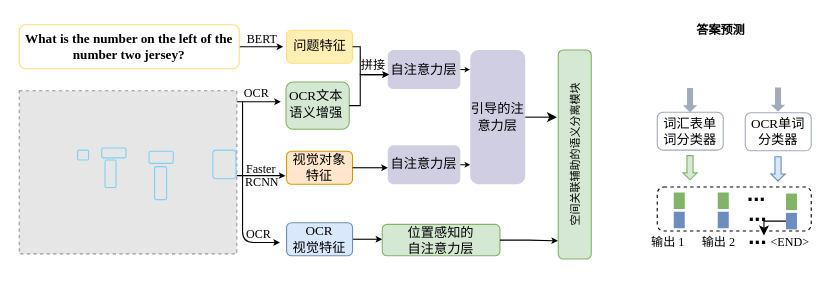
Above: 模型框图中文版本.drawio in B-matchlsr/awesome-python-cn (draw.io), before the change. Source tidied: cells renumbered, new cells numbered last; positions are measured from the earlier drawing's top-left corner, leaving out a move shared by most shapes. Both pictures are drawn from the tidied source at 110%, with x=0, y=0 at pixel (19, 19). Pictures stored in the file or linked from it are replaced by grey dashed boxes.
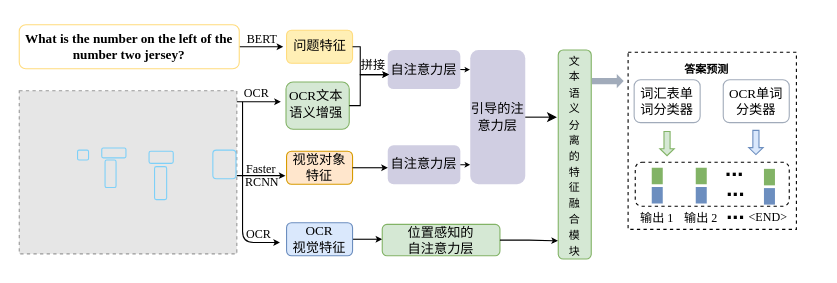
The same diagram, later.

Commit message:
更新模型框图中文版本.drawio

Change to the diagram source:
```diff
@@
-    <mxCell id="2" style="group;" parent="1" vertex="1">
-      <mxGeometry x="520" y="10" width="206" height="206.5" as="geometry" />
-    </mxCell>
-    <mxCell id="3" style="rounded=1;whiteSpace=wrap;html=1;dashed=1;" parent="2" vertex="1">
-      <mxGeometry x="60" y="142.5" width="140" height="40" as="geometry" />
-    </mxCell>
-    <mxCell id="4" value="&lt;font face=&quot;Times New Roman&quot;&gt;词汇表单词分类器&lt;/font&gt;" style="rounded=1;whiteSpace=wrap;html=1;strokeColor=#a1abba;fontFamily=Helvetica;fontSize=12;fillColor=none;align=center;" parent="2" vertex="1">
-      <mxGeometry x="60" y="74.5" width="60" height="34.5" as="geometry" />
-    </mxCell>
-    <mxCell id="5" value="&lt;font face=&quot;Times New Roman&quot;&gt;OCR单词分类器&lt;/font&gt;" style="rounded=1;whiteSpace=wrap;html=1;strokeColor=#a1abba;fontFamily=Helvetica;fontSize=12;fillColor=none;align=center;" parent="2" vertex="1">
-      <mxGeometry x="140" y="75" width="60" height="34.5" as="geometry" />
-    </mxCell>
-    <mxCell id="6" style="shape=flexArrow;endArrow=classic;html=1;rounded=0;fontFamily=Helvetica;fontSize=12;fontColor=default;endSize=1.7666666666666666;endWidth=6.512345679012345;width=5.555555555555555;startSize=5;fillColor=#a1abba;strokeColor=none;" parent="2" edge="1">
-      <mxGeometry relative="1" as="geometry">
-        <mxPoint x="89.8" y="52" as="sourcePoint" />
-        <mxPoint x="89.8" y="75" as="targetPoint" />
-      </mxGeometry>
-    </mxCell>
-    <mxCell id="7" style="shape=flexArrow;endArrow=classic;html=1;rounded=0;fontFamily=Helvetica;fontSize=12;fontColor=default;endSize=1.7666666666666666;endWidth=6.512345679012345;width=5.555555555555555;startSize=5;fillColor=#a1abba;strokeColor=none;" parent="2" edge="1">
-      <mxGeometry relative="1" as="geometry">
-        <mxPoint x="169.8" y="51.5" as="sourcePoint" />
-        <mxPoint x="169.8" y="74.5" as="targetPoint" />
-      </mxGeometry>
-    </mxCell>
-    <mxCell id="8" style="shape=flexArrow;endArrow=classic;html=1;rounded=0;fontFamily=Helvetica;fontSize=12;fontColor=default;endSize=1.7666666666666666;endWidth=6.512345679012345;width=5.555555555555555;startSize=5;fillColor=#d5e8d4;strokeColor=#82b366;" parent="2" edge="1">
-      <mxGeometry relative="1" as="geometry">
-        <mxPoint x="89.8" y="113.5" as="sourcePoint" />
-        <mxPoint x="89.8" y="136.5" as="targetPoint" />
-      </mxGeometry>
-    </mxCell>
-    <mxCell id="9" style="shape=flexArrow;endArrow=classic;html=1;rounded=0;fontFamily=Helvetica;fontSize=12;fontColor=default;endSize=1.7666666666666666;endWidth=6.512345679012345;width=5.555555555555555;startSize=5;fillColor=#dae8fc;strokeColor=#6c8ebf;" parent="2" edge="1">
-      <mxGeometry relative="1" as="geometry">
-        <mxPoint x="169.8" y="114.5" as="sourcePoint" />
-        <mxPoint x="169.8" y="137.5" as="targetPoint" />
-      </mxGeometry>
-    </mxCell>
-    <mxCell id="10" style="group;" parent="2" vertex="1">
-      <mxGeometry x="75" y="147.5" width="10" height="32.5" as="geometry" />
-    </mxCell>
-    <mxCell id="11" style="rounded=0;whiteSpace=wrap;html=1;fillColor=#82b366;strokeColor=none;" parent="10" vertex="1">
-      <mxGeometry width="10" height="15" as="geometry" />
-    </mxCell>
-    <mxCell id="12" style="rounded=0;whiteSpace=wrap;html=1;fillColor=#6c8ebf;strokeColor=none;" parent="10" vertex="1">
-      <mxGeometry y="17.5" width="10" height="15" as="geometry" />
-    </mxCell>
-    <mxCell id="13" style="group;" parent="2" vertex="1">
-      <mxGeometry x="115" y="147.5" width="10" height="32.5" as="geometry" />
-    </mxCell>
-    <mxCell id="14" style="rounded=0;whiteSpace=wrap;html=1;fillColor=#82b366;strokeColor=none;" parent="13" vertex="1">
-      <mxGeometry width="10" height="15" as="geometry" />
-    </mxCell>
-    <mxCell id="15" style="rounded=0;whiteSpace=wrap;html=1;fillColor=#6c8ebf;strokeColor=none;" parent="13" vertex="1">
-      <mxGeometry y="17.5" width="10" height="15" as="geometry" />
-    </mxCell>
-    <mxCell id="16" style="edgeStyle=orthogonalEdgeStyle;rounded=0;jettySize=auto;html=1;" parent="2" edge="1" source="17" target="25">
-      <mxGeometry relative="1" as="geometry" />
-    </mxCell>
-    <mxCell id="17" style="rounded=0;whiteSpace=wrap;html=1;fillColor=#6c8ebf;strokeColor=none;" parent="2" vertex="1">
-      <mxGeometry x="177" y="166" width="10" height="15" as="geometry" />
-    </mxCell>
-    <mxCell id="18" style="rounded=0;whiteSpace=wrap;html=1;fillColor=#82b366;strokeColor=none;" parent="2" vertex="1">
-      <mxGeometry x="177" y="148.5" width="10" height="15" as="geometry" />
-    </mxCell>
-    <mxCell id="19" value="&lt;font face=&quot;Times New Roman&quot;&gt;&lt;span style=&quot;font-size: 11px;&quot;&gt;&lt;b&gt;答案预测&lt;/b&gt;&lt;/span&gt;&lt;/font&gt;" style="text;html=1;strokeColor=none;fillColor=none;align=center;verticalAlign=middle;whiteSpace=wrap;rounded=1;" parent="2" vertex="1">
-      <mxGeometry x="43" y="-10" width="150" height="20" as="geometry" />
-    </mxCell>
-    <mxCell id="20" value="&lt;b&gt;&lt;font style=&quot;font-size: 20px;&quot;&gt;...&lt;/font&gt;&lt;/b&gt;" style="text;html=1;align=center;verticalAlign=middle;strokeColor=none;fillColor=none;" parent="2" vertex="1">
-      <mxGeometry x="130" y="127.5" width="40" height="40" as="geometry" />
-    </mxCell>
-    <mxCell id="21" value="&lt;b&gt;&lt;font style=&quot;font-size: 20px;&quot;&gt;...&lt;/font&gt;&lt;/b&gt;" style="text;html=1;align=center;verticalAlign=middle;strokeColor=none;fillColor=none;" parent="2" vertex="1">
-      <mxGeometry x="131" y="145.5" width="40" height="40" as="geometry" />
-    </mxCell>
-    <mxCell id="22" value="&lt;font face=&quot;Times New Roman&quot;&gt;&lt;span style=&quot;font-size: 11px;&quot;&gt;输出 1&lt;/span&gt;&lt;/font&gt;" style="text;html=1;strokeColor=none;fillColor=none;align=center;verticalAlign=middle;whiteSpace=wrap;rounded=1;" parent="2" vertex="1">
-      <mxGeometry x="45" y="182.8" width="50" height="20" as="geometry" />
-    </mxCell>
-    <mxCell id="23" value="&lt;font face=&quot;Times New Roman&quot;&gt;&lt;span style=&quot;font-size: 11px;&quot;&gt;输出 2&lt;/span&gt;&lt;/font&gt;" style="text;html=1;strokeColor=none;fillColor=none;align=center;verticalAlign=middle;whiteSpace=wrap;rounded=1;" parent="2" vertex="1">
-      <mxGeometry x="91" y="182.8" width="50" height="20" as="geometry" />
-    </mxCell>
-    <mxCell id="24" value="&lt;font face=&quot;Times New Roman&quot;&gt;&lt;span style=&quot;font-size: 11px;&quot;&gt;&amp;lt;END&amp;gt;&lt;/span&gt;&lt;/font&gt;" style="text;html=1;strokeColor=none;fillColor=none;align=center;verticalAlign=middle;whiteSpace=wrap;rounded=1;" parent="2" vertex="1">
-      <mxGeometry x="156" y="182.8" width="50" height="20" as="geometry" />
-    </mxCell>
-    <mxCell id="25" value="&lt;b&gt;&lt;font style=&quot;font-size: 20px;&quot;&gt;...&lt;/font&gt;&lt;/b&gt;" style="text;html=1;align=center;verticalAlign=middle;points=[];strokeColor=none;fillColor=none;" parent="2" vertex="1">
-      <mxGeometry x="131" y="166.5" width="40" height="40" as="geometry" />
-    </mxCell>
-    <mxCell id="26" style="edgeStyle=orthogonalEdgeStyle;rounded=1;orthogonalLoop=1;jettySize=auto;html=1;exitX=0.5;exitY=1;exitDx=0;exitDy=0;" parent="2" edge="1">
-      <mxGeometry relative="1" as="geometry">
-        <mxPoint x="128" y="204.5" as="sourcePoint" />
-        <mxPoint x="128" y="204.5" as="targetPoint" />
-      </mxGeometry>
-    </mxCell>
-    <mxCell id="27" style="edgeStyle=orthogonalEdgeStyle;rounded=1;orthogonalLoop=1;jettySize=auto;html=1;exitX=0.5;exitY=1;exitDx=0;exitDy=0;" parent="2" edge="1">
-      <mxGeometry relative="1" as="geometry">
-        <mxPoint x="128" y="204.5" as="sourcePoint" />
-        <mxPoint x="128" y="204.5" as="targetPoint" />
-      </mxGeometry>
-    </mxCell>
@@
-    <mxCell id="66" value="&lt;font size=&quot;1&quot; face=&quot;Times New Roman&quot;&gt;空间关联辅助的语义分离模块&lt;/font&gt;" style="text;html=1;strokeColor=none;fillColor=none;align=center;verticalAlign=middle;whiteSpace=wrap;rounded=1;rotation=270;" parent="1" vertex="1">
-      <mxGeometry x="418.1" y="110.7" width="173.8" height="24.6" as="geometry" />
+    <mxCell id="66" value="&lt;font size=&quot;1&quot; face=&quot;Times New Roman&quot;&gt;文本语义分离的特征融合模块&lt;/font&gt;" style="text;html=1;strokeColor=none;fillColor=none;align=center;verticalAlign=middle;whiteSpace=wrap;rounded=1;rotation=0;" parent="1" vertex="1">
+      <mxGeometry x="497.1" y="40" width="15.8" height="167.2" as="geometry" />
     </mxCell>
@@
+    <mxCell id="69" style="group;" parent="1" vertex="1">
+      <mxGeometry x="550" y="30" width="156.5" height="164" as="geometry" />
+    </mxCell>
+    <mxCell id="19" value="&lt;font size=&quot;1&quot; face=&quot;Times New Roman&quot;&gt;&lt;b style=&quot;&quot;&gt;答案预测&lt;/b&gt;&lt;/font&gt;" style="text;html=1;strokeColor=none;fillColor=none;align=center;verticalAlign=middle;whiteSpace=wrap;rounded=1;" parent="69" vertex="1">
+      <mxGeometry y="5" width="150" height="20" as="geometry" />
+    </mxCell>
+    <mxCell id="4" value="&lt;font face=&quot;Times New Roman&quot;&gt;词汇表单词分类器&lt;/font&gt;" style="rounded=1;whiteSpace=wrap;html=1;strokeColor=#a1abba;fontFamily=Helvetica;fontSize=12;fillColor=none;align=center;" parent="69" vertex="1">
+      <mxGeometry x="9" y="25" width="60" height="39" as="geometry" />
+    </mxCell>
+    <mxCell id="70" value="&lt;font face=&quot;Times New Roman&quot;&gt;OCR单词&lt;/font&gt;&lt;div&gt;&lt;font face=&quot;Times New Roman&quot;&gt;分类器&lt;/font&gt;&lt;/div&gt;" style="rounded=1;whiteSpace=wrap;html=1;strokeColor=#a1abba;fontFamily=Helvetica;fontSize=12;fillColor=none;align=center;" parent="69" vertex="1">
+      <mxGeometry x="90" y="25" width="60" height="39" as="geometry" />
+    </mxCell>
+    <mxCell id="71" style="shape=flexArrow;endArrow=classic;html=1;rounded=0;fontFamily=Helvetica;fontSize=12;fontColor=default;endSize=1.7666666666666666;endWidth=6.512345679012345;width=5.555555555555555;startSize=5;fillColor=#d5e8d4;strokeColor=#82b366;" parent="69" edge="1">
+      <mxGeometry relative="1" as="geometry">
+        <mxPoint x="38.9" y="71.5" as="sourcePoint" />
+        <mxPoint x="38.9" y="94.5" as="targetPoint" />
+      </mxGeometry>
+    </mxCell>
+    <mxCell id="72" style="shape=flexArrow;endArrow=classic;html=1;rounded=0;fontFamily=Helvetica;fontSize=12;fontColor=default;endSize=1.7666666666666666;endWidth=6.512345679012345;width=5.555555555555555;startSize=5;fillColor=#dae8fc;strokeColor=#6c8ebf;" parent="69" edge="1">
+      <mxGeometry relative="1" as="geometry">
+        <mxPoint x="119.7" y="70.5" as="sourcePoint" />
+        <mxPoint x="119.7" y="93.5" as="targetPoint" />
+      </mxGeometry>
+    </mxCell>
+    <mxCell id="73" style="rounded=1;whiteSpace=wrap;html=1;dashed=1;" parent="69" vertex="1">
+      <mxGeometry x="10" y="100" width="140" height="40" as="geometry" />
+    </mxCell>
+    <mxCell id="74" style="group;" parent="69" vertex="1">
+      <mxGeometry x="25" y="105" width="10" height="32.5" as="geometry" />
+    </mxCell>
+    <mxCell id="75" style="rounded=0;whiteSpace=wrap;html=1;fillColor=#82b366;strokeColor=none;" parent="74" vertex="1">
+      <mxGeometry width="10" height="15" as="geometry" />
+    </mxCell>
+    <mxCell id="76" style="rounded=0;whiteSpace=wrap;html=1;fillColor=#6c8ebf;strokeColor=none;" parent="74" vertex="1">
+      <mxGeometry y="17.5" width="10" height="15" as="geometry" />
+    </mxCell>
+    <mxCell id="77" style="group;" parent="69" vertex="1">
+      <mxGeometry x="65" y="105" width="10" height="32.5" as="geometry" />
+    </mxCell>
+    <mxCell id="78" style="rounded=0;whiteSpace=wrap;html=1;fillColor=#82b366;strokeColor=none;" parent="77" vertex="1">
+      <mxGeometry width="10" height="15" as="geometry" />
+    </mxCell>
+    <mxCell id="79" style="rounded=0;whiteSpace=wrap;html=1;fillColor=#6c8ebf;strokeColor=none;" parent="77" vertex="1">
+      <mxGeometry y="17.5" width="10" height="15" as="geometry" />
+    </mxCell>
+    <mxCell id="80" style="rounded=0;whiteSpace=wrap;html=1;fillColor=#6c8ebf;strokeColor=none;" parent="69" vertex="1">
+      <mxGeometry x="127" y="123.5" width="10" height="15" as="geometry" />
+    </mxCell>
+    <mxCell id="81" style="rounded=0;whiteSpace=wrap;html=1;fillColor=#82b366;strokeColor=none;" parent="69" vertex="1">
+      <mxGeometry x="127" y="106" width="10" height="15" as="geometry" />
+    </mxCell>
+    <mxCell id="82" value="&lt;b&gt;&lt;font style=&quot;font-size: 20px;&quot;&gt;...&lt;/font&gt;&lt;/b&gt;" style="text;html=1;align=center;verticalAlign=middle;strokeColor=none;fillColor=none;" parent="69" vertex="1">
+      <mxGeometry x="81" y="103" width="40" height="40" as="geometry" />
+    </mxCell>
+    <mxCell id="23" value="&lt;font face=&quot;Times New Roman&quot;&gt;&lt;span style=&quot;font-size: 11px;&quot;&gt;输出 2&lt;/span&gt;&lt;/font&gt;" style="text;html=1;strokeColor=none;fillColor=none;align=center;verticalAlign=middle;whiteSpace=wrap;rounded=1;" parent="69" vertex="1">
+      <mxGeometry x="45" y="141" width="50" height="20" as="geometry" />
+    </mxCell>
+    <mxCell id="24" value="&lt;font face=&quot;Times New Roman&quot;&gt;&lt;span style=&quot;font-size: 11px;&quot;&gt;&amp;lt;END&amp;gt;&lt;/span&gt;&lt;/font&gt;" style="text;html=1;strokeColor=none;fillColor=none;align=center;verticalAlign=middle;whiteSpace=wrap;rounded=1;" parent="69" vertex="1">
+      <mxGeometry x="106" y="140.3" width="50" height="20" as="geometry" />
+    </mxCell>
+    <mxCell id="83" value="&lt;b&gt;&lt;font style=&quot;font-size: 20px;&quot;&gt;...&lt;/font&gt;&lt;/b&gt;" style="text;html=1;align=center;verticalAlign=middle;strokeColor=none;fillColor=none;" parent="69" vertex="1">
+      <mxGeometry x="81" y="124" width="40" height="40" as="geometry" />
+    </mxCell>
+    <mxCell id="22" value="&lt;font face=&quot;Times New Roman&quot;&gt;&lt;span style=&quot;font-size: 11px;&quot;&gt;输出 1&lt;/span&gt;&lt;/font&gt;" style="text;html=1;strokeColor=none;fillColor=none;align=center;verticalAlign=middle;whiteSpace=wrap;rounded=1;" parent="69" vertex="1">
+      <mxGeometry x="5" y="141" width="50" height="20" as="geometry" />
+    </mxCell>
+    <mxCell id="84" value="&lt;b&gt;&lt;font style=&quot;font-size: 20px;&quot;&gt;...&lt;/font&gt;&lt;/b&gt;" style="text;html=1;align=center;verticalAlign=middle;strokeColor=none;fillColor=none;" parent="69" vertex="1">
+      <mxGeometry x="80" y="85" width="40" height="40" as="geometry" />
+    </mxCell>
+    <mxCell id="85" style="rounded=0;whiteSpace=wrap;html=1;fillColor=none;dashed=1;" parent="69" vertex="1">
+      <mxGeometry x="3.5" width="153" height="161" as="geometry" />
+    </mxCell>
+    <mxCell id="86" style="shape=flexArrow;endArrow=classic;html=1;rounded=1;fontFamily=Helvetica;fontSize=12;fontColor=default;endSize=1.7666666666666666;endWidth=6.512345679012345;width=5.555555555555555;startSize=5;fillColor=#a1abba;strokeColor=none;entryX=0;entryY=0.5;entryDx=0;entryDy=0;" parent="1" edge="1">
+      <mxGeometry relative="1" as="geometry">
+        <mxPoint x="520" y="56.2" as="sourcePoint" />
+        <mxPoint x="550" y="56.2" as="targetPoint" />
+      </mxGeometry>
+    </mxCell>
```
